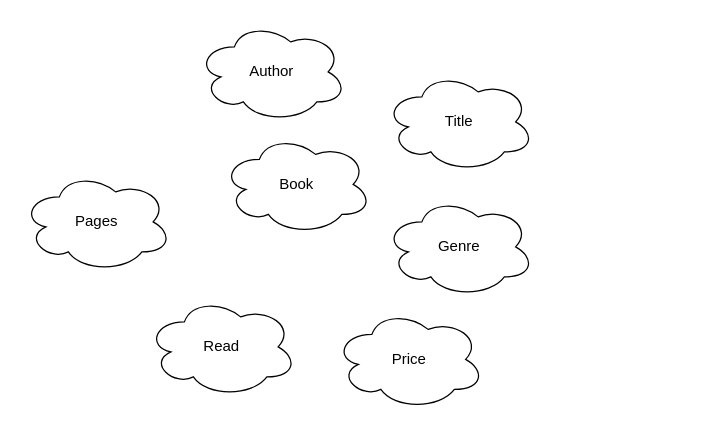
The draw.io diagram page "Page-1" (1 of 2) of homelibrary.drawio in Arnaldo1990/Database-Development-Day-1, before the edit. Source tidied: cells renumbered, new cells numbered last; positions are measured from the earlier drawing's top-left corner, leaving out a move shared by most shapes. Both pictures are drawn from the tidied source at 125%, with x=0, y=0 at pixel (21, 21).
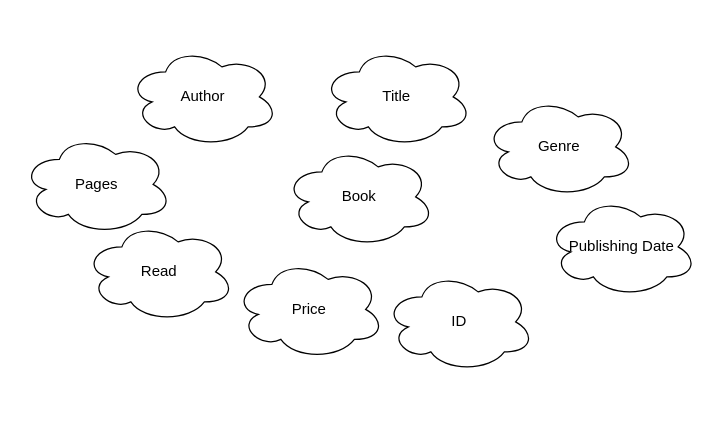
After the change.

What changed in the source:
```diff
@@
 <mxGraphModel>
   <root>
     <mxCell id="0" />
     <mxCell id="1" parent="0" />
     <mxCell id="2" value="Book" style="ellipse;shape=cloud;whiteSpace=wrap;html=1;" parent="1" vertex="1">
-      <mxGeometry x="160" y="90" width="120" height="80" as="geometry" />
+      <mxGeometry x="210" y="100" width="120" height="80" as="geometry" />
     </mxCell>
     <mxCell id="3" value="Author" style="ellipse;shape=cloud;whiteSpace=wrap;html=1;" parent="1" vertex="1">
-      <mxGeometry x="140" width="120" height="80" as="geometry" />
+      <mxGeometry x="85" y="20" width="120" height="80" as="geometry" />
     </mxCell>
     <mxCell id="4" value="Title" style="ellipse;shape=cloud;whiteSpace=wrap;html=1;" parent="1" vertex="1">
-      <mxGeometry x="290" y="40" width="120" height="80" as="geometry" />
+      <mxGeometry x="240" y="20" width="120" height="80" as="geometry" />
     </mxCell>
     <mxCell id="5" value="Genre" style="ellipse;shape=cloud;whiteSpace=wrap;html=1;" parent="1" vertex="1">
-      <mxGeometry x="290" y="140" width="120" height="80" as="geometry" />
+      <mxGeometry x="370" y="60" width="120" height="80" as="geometry" />
     </mxCell>
     <mxCell id="6" value="Read" style="ellipse;shape=cloud;whiteSpace=wrap;html=1;" parent="1" vertex="1">
-      <mxGeometry x="100" y="220" width="120" height="80" as="geometry" />
+      <mxGeometry x="50" y="160" width="120" height="80" as="geometry" />
     </mxCell>
     <mxCell id="7" value="Price" style="ellipse;shape=cloud;whiteSpace=wrap;html=1;" parent="1" vertex="1">
-      <mxGeometry x="250" y="230" width="120" height="80" as="geometry" />
+      <mxGeometry x="170" y="190" width="120" height="80" as="geometry" />
     </mxCell>
     <mxCell id="8" value="Pages" style="ellipse;shape=cloud;whiteSpace=wrap;html=1;" parent="1" vertex="1">
-      <mxGeometry y="120" width="120" height="80" as="geometry" />
+      <mxGeometry y="90" width="120" height="80" as="geometry" />
     </mxCell>
+    <mxCell id="9" value="Publishing Date" style="ellipse;shape=cloud;whiteSpace=wrap;html=1;" parent="1" vertex="1">
+      <mxGeometry x="420" y="140" width="120" height="80" as="geometry" />
+    </mxCell>
+    <mxCell id="10" value="ID" style="ellipse;shape=cloud;whiteSpace=wrap;html=1;" parent="1" vertex="1">
+      <mxGeometry x="290" y="200" width="120" height="80" as="geometry" />
+    </mxCell>
   </root>
 </mxGraphModel>
```
